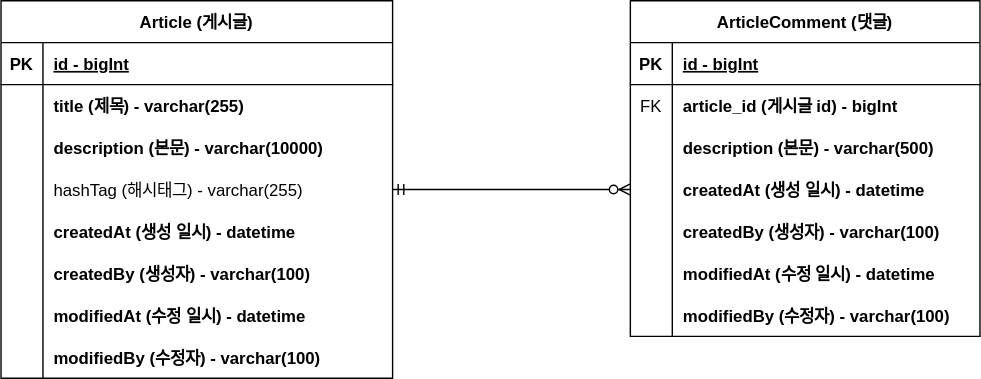
Earlier version of the draw.io export document/project-board-erd.svg (Junobee25/project-board). Source tidied: cells renumbered, new cells last; positions are measured from the earlier drawing's top-left corner, leaving out a move shared by most shapes.
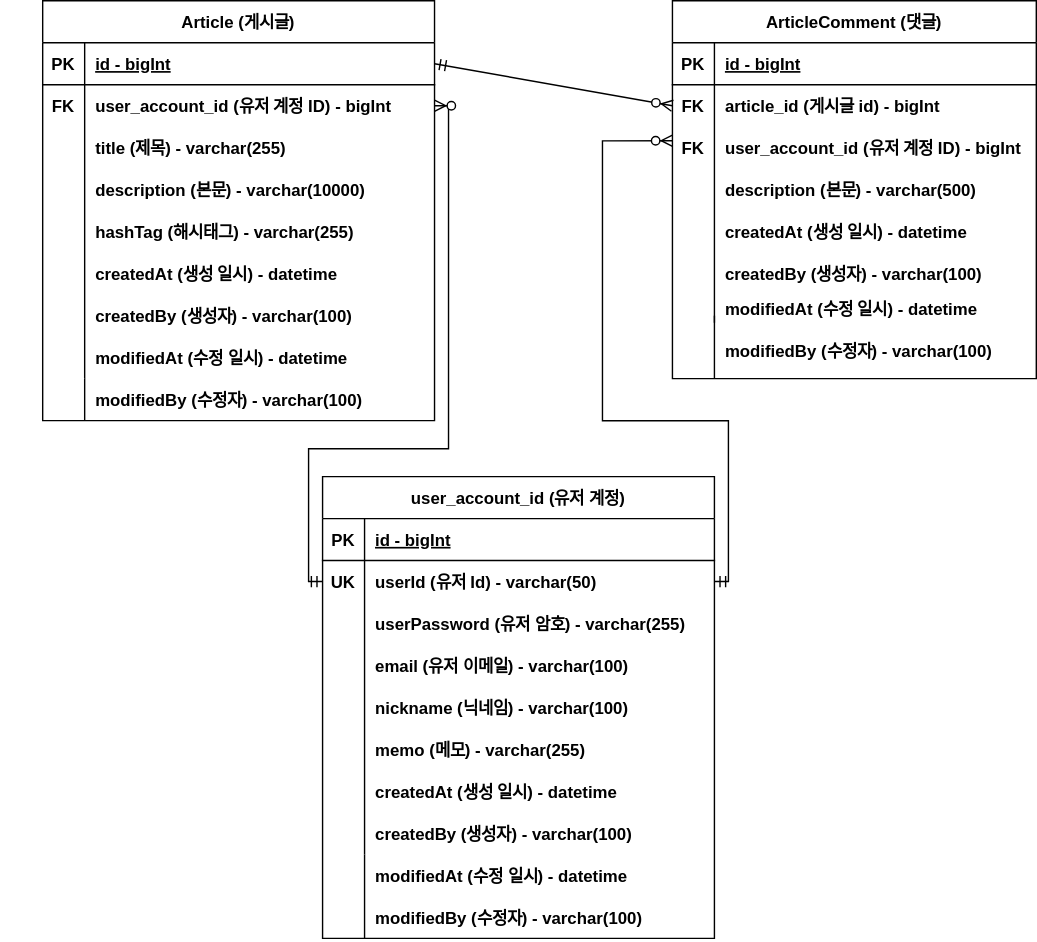
Later version of the same file.

Diff of the diagram source:
```diff
@@ -4,4 +4,79 @@
     <mxCell id="1" parent="0" />
+    <mxCell id="50" value="user_account_id (유저 계정)" style="shape=table;startSize=30;rowLines=0;fontStyle=1;align=center;" parent="1" vertex="1">
+      <mxGeometry x="200" y="340" width="280" height="330" as="geometry" />
+    </mxCell>
+    <mxCell id="51" style="shape=partialRectangle;fillColor=none;top=0;left=0;right=0;bottom=1;" parent="50" vertex="1">
+      <mxGeometry y="30" width="280" height="30" as="geometry" />
+    </mxCell>
+    <mxCell id="52" value="PK" style="shape=partialRectangle;overflow=hidden;fillColor=none;top=0;left=0;bottom=0;right=0;fontStyle=1;" parent="51" vertex="1">
+      <mxGeometry width="30" height="30" as="geometry" />
+    </mxCell>
+    <mxCell id="53" value="id - bigInt" style="shape=partialRectangle;overflow=hidden;fillColor=none;top=0;left=0;bottom=0;right=0;align=left;spacingLeft=6;fontStyle=5;" parent="51" vertex="1">
+      <mxGeometry x="30" width="250" height="30" as="geometry" />
+    </mxCell>
+    <mxCell id="54" style="shape=partialRectangle;fillColor=none;points=[[0,0.5],[1,0.5]];portConstraint=eastwest;top=0;left=0;right=0;bottom=0;" parent="50" vertex="1">
+      <mxGeometry y="60" width="280" height="30" as="geometry" />
+    </mxCell>
+    <mxCell id="55" value="UK" style="shape=partialRectangle;overflow=hidden;fillColor=none;top=0;left=0;bottom=0;right=0;fontStyle=1;" parent="54" vertex="1">
+      <mxGeometry width="30" height="30" as="geometry" />
+    </mxCell>
+    <mxCell id="56" value="userId (유저 Id) - varchar(50)" style="shape=partialRectangle;overflow=hidden;fillColor=none;top=0;left=0;bottom=0;right=0;align=left;spacingLeft=6;fontStyle=1;" parent="54" vertex="1">
+      <mxGeometry x="30" width="250" height="30" as="geometry" />
+    </mxCell>
+    <mxCell id="57" style="shape=partialRectangle;fillColor=none;top=0;left=0;right=0;bottom=0;" parent="50" vertex="1">
+      <mxGeometry y="90" width="280" height="30" as="geometry" />
+    </mxCell>
+    <mxCell id="58" style="shape=partialRectangle;overflow=hidden;fillColor=none;top=0;left=0;bottom=0;right=0;" parent="57" vertex="1">
+      <mxGeometry width="30" height="30" as="geometry" />
+    </mxCell>
+    <mxCell id="59" value="userPassword (유저 암호) - varchar(255)" style="shape=partialRectangle;overflow=hidden;fillColor=none;top=0;left=0;bottom=0;right=0;align=left;spacingLeft=6;fontStyle=1;" parent="57" vertex="1">
+      <mxGeometry x="30" width="250" height="30" as="geometry" />
+    </mxCell>
+    <mxCell id="60" style="shape=partialRectangle;fillColor=none;top=0;left=0;right=0;bottom=0;" parent="50" vertex="1">
+      <mxGeometry y="120" width="280" height="30" as="geometry" />
+    </mxCell>
+    <mxCell id="61" style="shape=partialRectangle;overflow=hidden;fillColor=none;top=0;left=0;bottom=0;right=0;" parent="60" vertex="1">
+      <mxGeometry width="30" height="30" as="geometry" />
+    </mxCell>
+    <mxCell id="62" value="email (유저 이메일) - varchar(100)" style="shape=partialRectangle;overflow=hidden;fillColor=none;top=0;left=0;bottom=0;right=0;align=left;spacingLeft=6;fontStyle=1;" parent="60" vertex="1">
+      <mxGeometry x="30" width="250" height="30" as="geometry" />
+    </mxCell>
+    <mxCell id="63" style="shape=partialRectangle;fillColor=none;top=0;left=0;right=0;bottom=0;" parent="50" vertex="1">
+      <mxGeometry y="150" width="280" height="30" as="geometry" />
+    </mxCell>
+    <mxCell id="64" style="shape=partialRectangle;overflow=hidden;fillColor=none;top=0;left=0;bottom=0;right=0;" parent="63" vertex="1">
+      <mxGeometry width="30" height="30" as="geometry" />
+    </mxCell>
+    <mxCell id="65" value="nickname (닉네임) - varchar(100)" style="shape=partialRectangle;overflow=hidden;fillColor=none;top=0;left=0;bottom=0;right=0;align=left;spacingLeft=6;fontStyle=1;" parent="63" vertex="1">
+      <mxGeometry x="30" width="250" height="30" as="geometry" />
+    </mxCell>
+    <mxCell id="66" style="shape=partialRectangle;fillColor=none;top=0;left=0;right=0;bottom=0;" parent="50" vertex="1">
+      <mxGeometry y="180" width="280" height="30" as="geometry" />
+    </mxCell>
+    <mxCell id="67" style="shape=partialRectangle;overflow=hidden;fillColor=none;top=0;left=0;bottom=0;right=0;" parent="66" vertex="1">
+      <mxGeometry width="30" height="30" as="geometry" />
+    </mxCell>
+    <mxCell id="68" value="memo (메모) - varchar(255)" style="shape=partialRectangle;overflow=hidden;fillColor=none;top=0;left=0;bottom=0;right=0;align=left;spacingLeft=6;fontStyle=1;" parent="66" vertex="1">
+      <mxGeometry x="30" width="250" height="30" as="geometry" />
+    </mxCell>
+    <mxCell id="69" style="shape=partialRectangle;fillColor=none;top=0;left=0;right=0;bottom=0;" parent="50" vertex="1">
+      <mxGeometry y="210" width="280" height="30" as="geometry" />
+    </mxCell>
+    <mxCell id="70" style="shape=partialRectangle;overflow=hidden;fillColor=none;top=0;left=0;bottom=0;right=0;" parent="69" vertex="1">
+      <mxGeometry width="30" height="30" as="geometry" />
+    </mxCell>
+    <mxCell id="71" value="createdAt (생성 일시) - datetime" style="shape=partialRectangle;overflow=hidden;fillColor=none;top=0;left=0;bottom=0;right=0;align=left;spacingLeft=6;fontStyle=1;" parent="69" vertex="1">
+      <mxGeometry x="30" width="250" height="30" as="geometry" />
+    </mxCell>
+    <mxCell id="72" style="shape=partialRectangle;fillColor=none;top=0;left=0;right=0;bottom=0;" parent="50" vertex="1">
+      <mxGeometry y="240" width="280" height="30" as="geometry" />
+    </mxCell>
+    <mxCell id="73" style="shape=partialRectangle;overflow=hidden;fillColor=none;top=0;left=0;bottom=0;right=0;" parent="72" vertex="1">
+      <mxGeometry width="30" height="30" as="geometry" />
+    </mxCell>
+    <mxCell id="74" value="createdBy (생성자) - varchar(100)" style="shape=partialRectangle;overflow=hidden;fillColor=none;top=0;left=0;bottom=0;right=0;align=left;spacingLeft=6;fontStyle=1;" parent="72" vertex="1">
+      <mxGeometry x="30" width="250" height="30" as="geometry" />
+    </mxCell>
     <mxCell id="2" value="Article (게시글)" style="shape=table;startSize=30;rowLines=0;fontStyle=1;align=center;" parent="1" vertex="1">
-      <mxGeometry width="280" height="270" as="geometry" />
+      <mxGeometry width="280" height="300" as="geometry" />
     </mxCell>
@@ -19,6 +94,6 @@
     </mxCell>
-    <mxCell id="7" style="shape=partialRectangle;overflow=hidden;fillColor=none;top=0;left=0;bottom=0;right=0;" parent="6" vertex="1">
+    <mxCell id="7" value="FK" style="shape=partialRectangle;overflow=hidden;fillColor=none;top=0;left=0;bottom=0;right=0;fontStyle=1;" parent="6" vertex="1">
       <mxGeometry width="30" height="30" as="geometry" />
     </mxCell>
-    <mxCell id="8" value="title (제목) - varchar(255)" style="shape=partialRectangle;overflow=hidden;fillColor=none;top=0;left=0;bottom=0;right=0;align=left;spacingLeft=6;fontStyle=1;" parent="6" vertex="1">
+    <mxCell id="8" value="user_account_id (유저 계정 ID) - bigInt" style="shape=partialRectangle;overflow=hidden;fillColor=none;top=0;left=0;bottom=0;right=0;align=left;spacingLeft=6;fontStyle=1;" parent="6" vertex="1">
       <mxGeometry x="30" width="250" height="30" as="geometry" />
@@ -31,3 +106,3 @@
     </mxCell>
-    <mxCell id="11" value="description (본문) - varchar(10000)" style="shape=partialRectangle;overflow=hidden;fillColor=none;top=0;left=0;bottom=0;right=0;align=left;spacingLeft=6;fontStyle=1;" parent="9" vertex="1">
+    <mxCell id="11" value="title (제목) - varchar(255)" style="shape=partialRectangle;overflow=hidden;fillColor=none;top=0;left=0;bottom=0;right=0;align=left;spacingLeft=6;fontStyle=1;" parent="9" vertex="1">
       <mxGeometry x="30" width="250" height="30" as="geometry" />
@@ -40,3 +115,3 @@
     </mxCell>
-    <mxCell id="14" value="hashTag (해시태그) - varchar(255)" style="shape=partialRectangle;overflow=hidden;fillColor=none;top=0;left=0;bottom=0;right=0;align=left;spacingLeft=6;" parent="12" vertex="1">
+    <mxCell id="14" value="description (본문) - varchar(10000)" style="shape=partialRectangle;overflow=hidden;fillColor=none;top=0;left=0;bottom=0;right=0;align=left;spacingLeft=6;fontStyle=1;" parent="12" vertex="1">
       <mxGeometry x="30" width="250" height="30" as="geometry" />
@@ -49,3 +124,3 @@
     </mxCell>
-    <mxCell id="17" value="createdAt (생성 일시) - datetime" style="shape=partialRectangle;overflow=hidden;fillColor=none;top=0;left=0;bottom=0;right=0;align=left;spacingLeft=6;fontStyle=1;" parent="15" vertex="1">
+    <mxCell id="17" value="hashTag (해시태그) - varchar(255)" style="shape=partialRectangle;overflow=hidden;fillColor=none;top=0;left=0;bottom=0;right=0;align=left;spacingLeft=6;fontStyle=1;" parent="15" vertex="1">
       <mxGeometry x="30" width="250" height="30" as="geometry" />
@@ -58,3 +133,3 @@
     </mxCell>
-    <mxCell id="20" value="createdBy (생성자) - varchar(100)" style="shape=partialRectangle;overflow=hidden;fillColor=none;top=0;left=0;bottom=0;right=0;align=left;spacingLeft=6;fontStyle=1;" parent="18" vertex="1">
+    <mxCell id="20" value="createdAt (생성 일시) - datetime" style="shape=partialRectangle;overflow=hidden;fillColor=none;top=0;left=0;bottom=0;right=0;align=left;spacingLeft=6;fontStyle=1;" parent="18" vertex="1">
       <mxGeometry x="30" width="250" height="30" as="geometry" />
@@ -67,3 +142,3 @@
     </mxCell>
-    <mxCell id="23" value="modifiedAt (수정 일시) - datetime" style="shape=partialRectangle;overflow=hidden;fillColor=none;top=0;left=0;bottom=0;right=0;align=left;spacingLeft=6;fontStyle=1;" parent="21" vertex="1">
+    <mxCell id="23" value="createdBy (생성자) - varchar(100)" style="shape=partialRectangle;overflow=hidden;fillColor=none;top=0;left=0;bottom=0;right=0;align=left;spacingLeft=6;fontStyle=1;" parent="21" vertex="1">
       <mxGeometry x="30" width="250" height="30" as="geometry" />
@@ -76,3 +151,3 @@
     </mxCell>
-    <mxCell id="26" value="modifiedBy (수정자) - varchar(100)" style="shape=partialRectangle;overflow=hidden;fillColor=none;top=0;left=0;bottom=0;right=0;align=left;spacingLeft=6;fontStyle=1;" parent="24" vertex="1">
+    <mxCell id="26" value="modifiedAt (수정 일시) - datetime" style="shape=partialRectangle;overflow=hidden;fillColor=none;top=0;left=0;bottom=0;right=0;align=left;spacingLeft=6;fontStyle=1;" parent="24" vertex="1">
       <mxGeometry x="30" width="250" height="30" as="geometry" />
@@ -80,6 +155,6 @@
     <mxCell id="27" value="ArticleComment (댓글)" style="shape=table;startSize=30;rowLines=0;fontStyle=1;align=center;" parent="1" vertex="1">
-      <mxGeometry x="450" width="250" height="240" as="geometry" />
+      <mxGeometry x="450" width="260" height="270" as="geometry" />
     </mxCell>
     <mxCell id="28" style="shape=partialRectangle;fillColor=none;top=0;left=0;right=0;bottom=1;" parent="27" vertex="1">
-      <mxGeometry y="30" width="250" height="30" as="geometry" />
+      <mxGeometry y="30" width="260" height="30" as="geometry" />
     </mxCell>
@@ -89,8 +164,8 @@
     <mxCell id="30" value="id - bigInt" style="shape=partialRectangle;overflow=hidden;fillColor=none;top=0;left=0;bottom=0;right=0;align=left;spacingLeft=6;fontStyle=5;" parent="28" vertex="1">
-      <mxGeometry x="30" width="220" height="30" as="geometry" />
+      <mxGeometry x="30" width="230" height="30" as="geometry" />
     </mxCell>
     <mxCell id="31" style="shape=partialRectangle;fillColor=none;points=[[0,0.5],[1,0.5]];portConstraint=eastwest;top=0;left=0;right=0;bottom=0;" parent="27" vertex="1">
-      <mxGeometry y="60" width="250" height="30" as="geometry" />
+      <mxGeometry y="60" width="260" height="30" as="geometry" />
     </mxCell>
-    <mxCell id="32" value="FK" style="shape=partialRectangle;overflow=hidden;fillColor=none;top=0;left=0;bottom=0;right=0;" parent="31" vertex="1">
+    <mxCell id="32" value="FK" style="shape=partialRectangle;overflow=hidden;fillColor=none;top=0;left=0;bottom=0;right=0;fontStyle=1;" parent="31" vertex="1">
       <mxGeometry width="30" height="30" as="geometry" />
@@ -98,6 +173,6 @@
     <mxCell id="33" value="article_id (게시글 id) - bigInt" style="shape=partialRectangle;overflow=hidden;fillColor=none;top=0;left=0;bottom=0;right=0;align=left;spacingLeft=6;fontStyle=1;" parent="31" vertex="1">
-      <mxGeometry x="30" width="220" height="30" as="geometry" />
+      <mxGeometry x="30" width="230" height="30" as="geometry" />
     </mxCell>
     <mxCell id="34" style="shape=partialRectangle;fillColor=none;top=0;left=0;right=0;bottom=0;" parent="27" vertex="1">
-      <mxGeometry y="90" width="250" height="30" as="geometry" />
+      <mxGeometry y="90" width="260" height="30" as="geometry" />
     </mxCell>
@@ -106,7 +181,7 @@
     </mxCell>
-    <mxCell id="36" value="description (본문) - varchar(500)" style="shape=partialRectangle;overflow=hidden;fillColor=none;top=0;left=0;bottom=0;right=0;align=left;spacingLeft=6;fontStyle=1;" parent="34" vertex="1">
-      <mxGeometry x="30" width="220" height="30" as="geometry" />
+    <mxCell id="36" value="user_account_id (유저 계정 ID) - bigInt" style="shape=partialRectangle;overflow=hidden;fillColor=none;top=0;left=0;bottom=0;right=0;align=left;spacingLeft=6;fontStyle=1;" parent="34" vertex="1">
+      <mxGeometry x="30" width="230" height="30" as="geometry" />
     </mxCell>
     <mxCell id="37" style="shape=partialRectangle;fillColor=none;points=[[0,0.5],[1,0.5]];portConstraint=eastwest;top=0;left=0;right=0;bottom=0;" parent="27" vertex="1">
-      <mxGeometry y="120" width="250" height="30" as="geometry" />
+      <mxGeometry y="120" width="260" height="30" as="geometry" />
     </mxCell>
@@ -115,7 +190,7 @@
     </mxCell>
-    <mxCell id="39" value="createdAt (생성 일시) - datetime" style="shape=partialRectangle;overflow=hidden;fillColor=none;top=0;left=0;bottom=0;right=0;align=left;spacingLeft=6;fontStyle=1;" parent="37" vertex="1">
-      <mxGeometry x="30" width="220" height="30" as="geometry" />
+    <mxCell id="39" value="description (본문) - varchar(500)" style="shape=partialRectangle;overflow=hidden;fillColor=none;top=0;left=0;bottom=0;right=0;align=left;spacingLeft=6;fontStyle=1;" parent="37" vertex="1">
+      <mxGeometry x="30" width="230" height="30" as="geometry" />
     </mxCell>
     <mxCell id="40" style="shape=partialRectangle;fillColor=none;top=0;left=0;right=0;bottom=0;" parent="27" vertex="1">
-      <mxGeometry y="150" width="250" height="30" as="geometry" />
+      <mxGeometry y="150" width="260" height="30" as="geometry" />
     </mxCell>
@@ -124,7 +199,7 @@
     </mxCell>
-    <mxCell id="42" value="createdBy (생성자) - varchar(100)" style="shape=partialRectangle;overflow=hidden;fillColor=none;top=0;left=0;bottom=0;right=0;align=left;spacingLeft=6;fontStyle=1;" parent="40" vertex="1">
-      <mxGeometry x="30" width="220" height="30" as="geometry" />
+    <mxCell id="42" value="createdAt (생성 일시) - datetime " style="shape=partialRectangle;overflow=hidden;fillColor=none;top=0;left=0;bottom=0;right=0;align=left;spacingLeft=6;fontStyle=1;" parent="40" vertex="1">
+      <mxGeometry x="30" width="230" height="30" as="geometry" />
     </mxCell>
     <mxCell id="43" style="shape=partialRectangle;fillColor=none;top=0;left=0;right=0;bottom=0;" parent="27" vertex="1">
-      <mxGeometry y="180" width="250" height="30" as="geometry" />
+      <mxGeometry y="180" width="260" height="30" as="geometry" />
     </mxCell>
@@ -133,17 +208,74 @@
     </mxCell>
-    <mxCell id="45" value="modifiedAt (수정 일시) - datetime" style="shape=partialRectangle;overflow=hidden;fillColor=none;top=0;left=0;bottom=0;right=0;align=left;spacingLeft=6;fontStyle=1;" parent="43" vertex="1">
-      <mxGeometry x="30" width="220" height="30" as="geometry" />
+    <mxCell id="45" value="createdBy (생성자) - varchar(100)" style="shape=partialRectangle;overflow=hidden;fillColor=none;top=0;left=0;bottom=0;right=0;align=left;spacingLeft=6;fontStyle=1;" parent="43" vertex="1">
+      <mxGeometry x="30" width="230" height="30" as="geometry" />
     </mxCell>
     <mxCell id="46" style="shape=partialRectangle;fillColor=none;top=0;left=0;right=0;bottom=0;" parent="27" vertex="1">
-      <mxGeometry y="210" width="250" height="30" as="geometry" />
+      <mxGeometry y="210" width="260" height="20" as="geometry" />
     </mxCell>
     <mxCell id="47" style="shape=partialRectangle;overflow=hidden;fillColor=none;top=0;left=0;bottom=0;right=0;" parent="46" vertex="1">
-      <mxGeometry width="30" height="30" as="geometry" />
+      <mxGeometry width="30" height="20" as="geometry" />
     </mxCell>
-    <mxCell id="48" value="modifiedBy (수정자) - varchar(100)" style="shape=partialRectangle;overflow=hidden;fillColor=none;top=0;left=0;bottom=0;right=0;align=left;spacingLeft=6;fontStyle=1;" parent="46" vertex="1">
-      <mxGeometry x="30" width="220" height="30" as="geometry" />
+    <mxCell id="48" value="modifiedAt (수정 일시) - datetime" style="shape=partialRectangle;overflow=hidden;fillColor=none;top=0;left=0;bottom=0;right=0;align=left;spacingLeft=6;fontStyle=1;" parent="46" vertex="1">
+      <mxGeometry x="30" width="230" height="20" as="geometry" />
     </mxCell>
-    <mxCell id="49" style="fontSize=12;html=1;endArrow=ERzeroToMany;startArrow=ERmandOne;rounded=0;entryX=0;entryY=0.5;entryDx=0;entryDy=0;exitX=1;exitY=0.5;exitDx=0;exitDy=0;" parent="1" edge="1" source="12" target="37">
+    <mxCell id="49" style="fontSize=12;html=1;endArrow=ERzeroToMany;startArrow=ERmandOne;rounded=0;entryX=0;entryY=0.5;entryDx=0;entryDy=0;exitX=1;exitY=0.5;exitDx=0;exitDy=0;" parent="1" edge="1" source="3" target="31">
       <mxGeometry relative="1" as="geometry" />
     </mxCell>
+    <mxCell id="75" style="shape=tableRow;horizontal=0;startSize=0;swimlaneHead=0;swimlaneBody=0;fillColor=none;top=0;left=0;right=0;bottom=0;strokeColor=default;" parent="1" vertex="1">
+      <mxGeometry x="-30" y="630" width="180" height="30" as="geometry" />
+    </mxCell>
+    <mxCell id="76" style="endArrow=none;html=1;rounded=0;" parent="1" edge="1">
+      <mxGeometry relative="1" as="geometry">
+        <mxPoint x="230" y="670" as="sourcePoint" />
+        <mxPoint x="230" y="610" as="targetPoint" />
+      </mxGeometry>
+    </mxCell>
+    <mxCell id="77" value="modifiedAt (수정 일시) - datetime" style="shape=partialRectangle;overflow=hidden;fillColor=none;top=0;left=0;bottom=0;right=0;align=left;spacingLeft=6;fontStyle=1;" parent="1" vertex="1">
+      <mxGeometry x="230" y="610" width="250" height="30" as="geometry" />
+    </mxCell>
+    <mxCell id="78" value="modifiedBy (수정자) - varchar(100)" style="shape=partialRectangle;overflow=hidden;fillColor=none;top=0;left=0;bottom=0;right=0;align=left;spacingLeft=6;fontStyle=1;" parent="1" vertex="1">
+      <mxGeometry x="230" y="640" width="250" height="30" as="geometry" />
+    </mxCell>
+    <mxCell id="79" value="modifiedBy (수정자) - varchar(100)" style="shape=partialRectangle;overflow=hidden;fillColor=none;top=0;left=0;bottom=0;right=0;align=left;spacingLeft=6;fontStyle=1;" parent="1" vertex="1">
+      <mxGeometry x="30" y="270" width="250" height="30" as="geometry" />
+    </mxCell>
+    <mxCell id="80" style="endArrow=none;html=1;rounded=0;entryX=0.114;entryY=1.172;entryDx=0;entryDy=0;entryPerimeter=0;" parent="1" edge="1">
+      <mxGeometry relative="1" as="geometry">
+        <mxPoint x="480" y="270" as="sourcePoint" />
+        <mxPoint x="480" y="225" as="targetPoint" />
+      </mxGeometry>
+    </mxCell>
+    <mxCell id="81" style="endArrow=none;html=1;rounded=0;" parent="1" edge="1">
+      <mxGeometry relative="1" as="geometry">
+        <mxPoint x="30" y="300" as="sourcePoint" />
+        <mxPoint x="30" y="270" as="targetPoint" />
+      </mxGeometry>
+    </mxCell>
+    <mxCell id="82" value="modifiedBy (수정자) - varchar(100)" style="shape=partialRectangle;overflow=hidden;fillColor=none;top=0;left=0;bottom=0;right=0;align=left;spacingLeft=6;fontStyle=1;" parent="1" vertex="1">
+      <mxGeometry x="480" y="240" width="220" height="20" as="geometry" />
+    </mxCell>
+    <mxCell id="83" value="FK" style="shape=partialRectangle;overflow=hidden;fillColor=none;top=0;left=0;bottom=0;right=0;fontStyle=1;" parent="1" vertex="1">
+      <mxGeometry x="450" y="90" width="30" height="30" as="geometry" />
+    </mxCell>
+    <mxCell id="84" style="fontSize=12;html=1;endArrow=ERzeroToMany;startArrow=ERmandOne;entryX=1;entryY=0.5;entryDx=0;entryDy=0;exitX=0;exitY=0.5;exitDx=0;exitDy=0;rounded=0;edgeStyle=orthogonalEdgeStyle;" parent="1" edge="1" source="54" target="6">
+      <mxGeometry relative="1" as="geometry">
+        <Array as="points">
+          <mxPoint x="190" y="415" />
+          <mxPoint x="190" y="320" />
+          <mxPoint x="290" y="320" />
+          <mxPoint x="290" y="75" />
+        </Array>
+      </mxGeometry>
+    </mxCell>
+    <mxCell id="85" style="fontSize=12;html=1;endArrow=ERzeroToMany;startArrow=ERmandOne;rounded=0;entryX=0;entryY=0.5;entryDx=0;entryDy=0;exitX=1;exitY=0.5;exitDx=0;exitDy=0;edgeStyle=orthogonalEdgeStyle;" parent="1" edge="1" source="54">
+      <mxGeometry relative="1" as="geometry">
+        <mxPoint x="450" y="100" as="targetPoint" />
+        <Array as="points">
+          <mxPoint x="490" y="415" />
+          <mxPoint x="490" y="300" />
+          <mxPoint x="400" y="300" />
+          <mxPoint x="400" y="100" />
+        </Array>
+      </mxGeometry>
+    </mxCell>
   </root>
```
